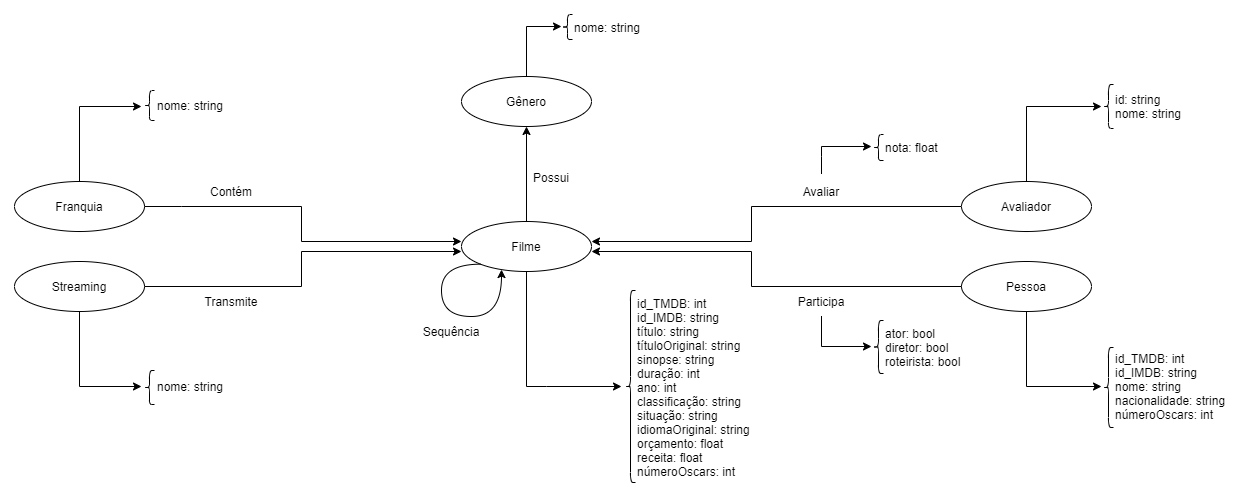
Above: final/images/modelo-logico-grafos.png in MovieCatalogDS/MovieCatalogDS (draw.io), before the change. Source tidied: cells renumbered, new cells last; positions are measured from the earlier drawing's top-left corner, leaving out a move shared by most shapes. Source of this version:
```xml
<mxGraphModel>
  <root>
    <mxCell id="0" />
    <mxCell id="1" parent="0" />
    <mxCell id="2" style="shape=curlyBracket;whiteSpace=wrap;html=1;rounded=1;" parent="1" vertex="1">
      <mxGeometry x="611" y="276" width="10" height="192" as="geometry" />
    </mxCell>
    <mxCell id="3" style="endArrow=classic;html=1;rounded=0;edgeStyle=orthogonalEdgeStyle;exitX=0.5;exitY=1;exitDx=0;exitDy=0;" parent="1" edge="1" source="8">
      <mxGeometry relative="1" as="geometry">
        <mxPoint x="607" y="372" as="targetPoint" />
        <Array as="points">
          <mxPoint x="532" y="372" />
          <mxPoint x="607" y="372" />
        </Array>
      </mxGeometry>
    </mxCell>
    <mxCell id="4" value="id_TMDB: int&lt;br&gt;id_IMDB: string&lt;br&gt;título: string&lt;br&gt;&lt;div&gt;&lt;span&gt;títuloOriginal: string&lt;/span&gt;&lt;/div&gt;&lt;div&gt;&lt;span&gt;sinopse: string&lt;/span&gt;&lt;/div&gt;&lt;div&gt;duração: int&lt;/div&gt;&lt;div&gt;ano: int&lt;/div&gt;&lt;div&gt;classificação: string&lt;br&gt;&lt;/div&gt;&lt;div&gt;&lt;div&gt;situação: string&lt;/div&gt;&lt;div&gt;&lt;span&gt;idiomaOriginal: string&lt;/span&gt;&lt;/div&gt;&lt;/div&gt;&lt;div&gt;orçamento: float&lt;/div&gt;&lt;div&gt;receita: float&lt;/div&gt;&lt;div&gt;&lt;span&gt;númeroOscars: int&lt;/span&gt;&lt;br&gt;&lt;/div&gt;" style="text;html=1;strokeColor=none;fillColor=none;align=left;verticalAlign=middle;whiteSpace=wrap;rounded=0;" parent="1" vertex="1">
      <mxGeometry x="621" y="275" width="125" height="196.1" as="geometry" />
    </mxCell>
    <mxCell id="5" style="shape=curlyBracket;whiteSpace=wrap;html=1;rounded=1;" parent="1" vertex="1">
      <mxGeometry x="1089" y="333" width="10" height="80" as="geometry" />
    </mxCell>
    <mxCell id="6" value="id_TMDB: int&lt;br&gt;id_IMDB: string&lt;br&gt;&lt;div&gt;&lt;span&gt;nome: string&lt;/span&gt;&lt;/div&gt;&lt;div&gt;nacionalidade: string&lt;/div&gt;&lt;div&gt;númeroOscars: int&lt;/div&gt;" style="text;html=1;strokeColor=none;fillColor=none;align=left;verticalAlign=middle;whiteSpace=wrap;rounded=0;" parent="1" vertex="1">
      <mxGeometry x="1099" y="331.5" width="118" height="80" as="geometry" />
    </mxCell>
    <mxCell id="7" value="Streaming" style="ellipse;whiteSpace=wrap;html=1;" parent="1" vertex="1">
      <mxGeometry y="247" width="130" height="50" as="geometry" />
    </mxCell>
    <mxCell id="8" value="Filme" style="ellipse;whiteSpace=wrap;html=1;" parent="1" vertex="1">
      <mxGeometry x="447" y="207" width="130" height="50" as="geometry" />
    </mxCell>
    <mxCell id="9" value="Pessoa" style="ellipse;whiteSpace=wrap;html=1;" parent="1" vertex="1">
      <mxGeometry x="947" y="247" width="130" height="50" as="geometry" />
    </mxCell>
    <mxCell id="10" style="endArrow=classic;html=1;rounded=0;edgeStyle=orthogonalEdgeStyle;exitX=0.5;exitY=1;exitDx=0;exitDy=0;" parent="1" edge="1" source="7">
      <mxGeometry relative="1" as="geometry">
        <mxPoint x="127" y="372" as="targetPoint" />
        <Array as="points">
          <mxPoint x="65" y="372" />
        </Array>
      </mxGeometry>
    </mxCell>
    <mxCell id="11" style="endArrow=classic;html=1;rounded=0;edgeStyle=orthogonalEdgeStyle;exitX=0.5;exitY=1;exitDx=0;exitDy=0;" parent="1" edge="1" source="9">
      <mxGeometry relative="1" as="geometry">
        <mxPoint x="1087" y="372" as="targetPoint" />
        <Array as="points">
          <mxPoint x="1012" y="372" />
          <mxPoint x="1087" y="372" />
        </Array>
      </mxGeometry>
    </mxCell>
    <mxCell id="12" style="shape=curlyBracket;whiteSpace=wrap;html=1;rounded=1;" parent="1" vertex="1">
      <mxGeometry x="130" y="356" width="10" height="34" as="geometry" />
    </mxCell>
    <mxCell id="13" value="nome: string" style="text;html=1;strokeColor=none;fillColor=none;align=left;verticalAlign=middle;whiteSpace=wrap;rounded=0;" parent="1" vertex="1">
      <mxGeometry x="141" y="359.2" width="76" height="25.5" as="geometry" />
    </mxCell>
    <mxCell id="14" style="curved=1;endArrow=classic;html=1;rounded=0;edgeStyle=orthogonalEdgeStyle;exitX=0;exitY=1;exitDx=0;exitDy=0;" parent="1" edge="1" source="8" target="8">
      <mxGeometry relative="1" as="geometry">
        <Array as="points">
          <mxPoint x="427" y="250" />
          <mxPoint x="427" y="302" />
          <mxPoint x="487" y="302" />
        </Array>
      </mxGeometry>
    </mxCell>
    <mxCell id="15" value="Sequência" style="text;html=1;strokeColor=none;fillColor=none;align=center;verticalAlign=middle;whiteSpace=wrap;rounded=0;" parent="1" vertex="1">
      <mxGeometry x="407" y="301.5" width="60" height="30" as="geometry" />
    </mxCell>
    <mxCell id="16" value="Participa" style="text;html=1;strokeColor=none;fillColor=none;align=center;verticalAlign=middle;whiteSpace=wrap;rounded=0;" parent="1" vertex="1">
      <mxGeometry x="777" y="271.5" width="60" height="30" as="geometry" />
    </mxCell>
    <mxCell id="17" style="endArrow=classic;html=1;rounded=0;edgeStyle=orthogonalEdgeStyle;exitX=0.5;exitY=1;exitDx=0;exitDy=0;" parent="1" edge="1" source="16">
      <mxGeometry relative="1" as="geometry">
        <mxPoint x="857" y="332" as="targetPoint" />
        <Array as="points">
          <mxPoint x="807" y="332" />
          <mxPoint x="857" y="332" />
        </Array>
      </mxGeometry>
    </mxCell>
    <mxCell id="18" style="shape=curlyBracket;whiteSpace=wrap;html=1;rounded=1;" parent="1" vertex="1">
      <mxGeometry x="859" y="306" width="10" height="53" as="geometry" />
    </mxCell>
    <mxCell id="19" value="ator: bool&lt;br&gt;diretor: bool&lt;br&gt;roteirista: bool" style="text;html=1;strokeColor=none;fillColor=none;align=left;verticalAlign=middle;whiteSpace=wrap;rounded=0;" parent="1" vertex="1">
      <mxGeometry x="869" y="307.5" width="80" height="50" as="geometry" />
    </mxCell>
    <mxCell id="20" value="Franquia" style="ellipse;whiteSpace=wrap;html=1;" parent="1" vertex="1">
      <mxGeometry y="167" width="130" height="50" as="geometry" />
    </mxCell>
    <mxCell id="21" style="endArrow=classic;html=1;rounded=0;edgeStyle=orthogonalEdgeStyle;exitX=1;exitY=0.5;exitDx=0;exitDy=0;" parent="1" edge="1" source="20">
      <mxGeometry relative="1" as="geometry">
        <mxPoint x="447" y="227" as="targetPoint" />
        <Array as="points">
          <mxPoint x="167" y="192" />
          <mxPoint x="287" y="192" />
          <mxPoint x="287" y="227" />
        </Array>
      </mxGeometry>
    </mxCell>
    <mxCell id="22" style="endArrow=classic;html=1;rounded=0;edgeStyle=orthogonalEdgeStyle;exitX=1;exitY=0.5;exitDx=0;exitDy=0;" parent="1" edge="1" source="7">
      <mxGeometry relative="1" as="geometry">
        <mxPoint x="447" y="237" as="targetPoint" />
        <Array as="points">
          <mxPoint x="287" y="272" />
          <mxPoint x="287" y="237" />
        </Array>
      </mxGeometry>
    </mxCell>
    <mxCell id="23" style="endArrow=classic;html=1;rounded=0;edgeStyle=orthogonalEdgeStyle;exitX=0.5;exitY=0;exitDx=0;exitDy=0;" parent="1" edge="1" source="20">
      <mxGeometry relative="1" as="geometry">
        <mxPoint x="127" y="92" as="targetPoint" />
        <Array as="points">
          <mxPoint x="65" y="92" />
        </Array>
      </mxGeometry>
    </mxCell>
    <mxCell id="24" style="shape=curlyBracket;whiteSpace=wrap;html=1;rounded=1;" parent="1" vertex="1">
      <mxGeometry x="130" y="76" width="10" height="30" as="geometry" />
    </mxCell>
    <mxCell id="25" value="nome: string" style="text;html=1;strokeColor=none;fillColor=none;align=left;verticalAlign=middle;whiteSpace=wrap;rounded=0;" parent="1" vertex="1">
      <mxGeometry x="141" y="76" width="76" height="30" as="geometry" />
    </mxCell>
    <mxCell id="26" value="Transmite" style="text;html=1;strokeColor=none;fillColor=none;align=center;verticalAlign=middle;whiteSpace=wrap;rounded=0;" parent="1" vertex="1">
      <mxGeometry x="187" y="271.5" width="60" height="30" as="geometry" />
    </mxCell>
    <mxCell id="27" value="Contém" style="text;html=1;strokeColor=none;fillColor=none;align=center;verticalAlign=middle;whiteSpace=wrap;rounded=0;" parent="1" vertex="1">
      <mxGeometry x="187" y="162" width="60" height="30" as="geometry" />
    </mxCell>
    <mxCell id="28" style="endArrow=classic;html=1;rounded=0;edgeStyle=orthogonalEdgeStyle;exitX=0;exitY=0.5;exitDx=0;exitDy=0;entryX=1;entryY=0.6;entryDx=0;entryDy=0;entryPerimeter=0;" parent="1" edge="1" source="9" target="8">
      <mxGeometry relative="1" as="geometry">
        <Array as="points">
          <mxPoint x="737" y="272" />
          <mxPoint x="737" y="237" />
        </Array>
      </mxGeometry>
    </mxCell>
    <mxCell id="29" style="endArrow=classic;html=1;rounded=0;edgeStyle=orthogonalEdgeStyle;exitX=1;exitY=0.5;exitDx=0;exitDy=0;entryX=1;entryY=0.4;entryDx=0;entryDy=0;entryPerimeter=0;" parent="1" edge="1" target="8">
      <mxGeometry relative="1" as="geometry">
        <mxPoint x="947" y="192" as="sourcePoint" />
        <Array as="points">
          <mxPoint x="737" y="192" />
          <mxPoint x="737" y="227" />
        </Array>
      </mxGeometry>
    </mxCell>
    <mxCell id="30" value="Avaliador" style="ellipse;whiteSpace=wrap;html=1;" parent="1" vertex="1">
      <mxGeometry x="947" y="167" width="130" height="50" as="geometry" />
    </mxCell>
    <mxCell id="31" value="Avaliar" style="text;html=1;strokeColor=none;fillColor=none;align=center;verticalAlign=middle;whiteSpace=wrap;rounded=0;" parent="1" vertex="1">
      <mxGeometry x="777" y="159.5" width="60" height="35" as="geometry" />
    </mxCell>
    <mxCell id="32" style="shape=curlyBracket;whiteSpace=wrap;html=1;rounded=1;" parent="1" vertex="1">
      <mxGeometry x="859" y="120" width="10" height="26" as="geometry" />
    </mxCell>
    <mxCell id="33" value="&lt;span&gt;nota: float&lt;/span&gt;" style="text;html=1;strokeColor=none;fillColor=none;align=left;verticalAlign=middle;whiteSpace=wrap;rounded=0;" parent="1" vertex="1">
      <mxGeometry x="869" y="120" width="60" height="25" as="geometry" />
    </mxCell>
    <mxCell id="34" style="endArrow=classic;html=1;rounded=0;edgeStyle=orthogonalEdgeStyle;" parent="1" edge="1" source="30">
      <mxGeometry relative="1" as="geometry">
        <mxPoint x="1087" y="92" as="targetPoint" />
        <Array as="points">
          <mxPoint x="1012" y="92" />
        </Array>
      </mxGeometry>
    </mxCell>
    <mxCell id="35" style="shape=curlyBracket;whiteSpace=wrap;html=1;rounded=1;" parent="1" vertex="1">
      <mxGeometry x="1089" y="70" width="10" height="44" as="geometry" />
    </mxCell>
    <mxCell id="36" value="id: string&lt;br&gt;nome: string" style="text;html=1;strokeColor=none;fillColor=none;align=left;verticalAlign=middle;whiteSpace=wrap;rounded=0;" parent="1" vertex="1">
      <mxGeometry x="1099" y="72" width="80" height="40" as="geometry" />
    </mxCell>
    <mxCell id="37" value="Gênero" style="ellipse;whiteSpace=wrap;html=1;" parent="1" vertex="1">
      <mxGeometry x="447" y="62" width="130" height="50" as="geometry" />
    </mxCell>
    <mxCell id="38" style="endArrow=classic;html=1;rounded=0;edgeStyle=orthogonalEdgeStyle;exitX=0.5;exitY=0;exitDx=0;exitDy=0;entryX=0.5;entryY=1;entryDx=0;entryDy=0;" parent="1" edge="1" source="8" target="37">
      <mxGeometry relative="1" as="geometry" />
    </mxCell>
    <mxCell id="39" style="endArrow=classic;html=1;rounded=0;edgeStyle=orthogonalEdgeStyle;exitX=0.5;exitY=0;exitDx=0;exitDy=0;" parent="1" edge="1" source="37">
      <mxGeometry relative="1" as="geometry">
        <mxPoint x="547" y="12" as="targetPoint" />
        <Array as="points">
          <mxPoint x="512" y="12" />
          <mxPoint x="547" y="12" />
        </Array>
      </mxGeometry>
    </mxCell>
    <mxCell id="40" style="shape=curlyBracket;whiteSpace=wrap;html=1;rounded=1;" parent="1" vertex="1">
      <mxGeometry x="548" width="10" height="25" as="geometry" />
    </mxCell>
    <mxCell id="41" value="&lt;span&gt;nome: string&lt;/span&gt;" style="text;html=1;strokeColor=none;fillColor=none;align=left;verticalAlign=middle;whiteSpace=wrap;rounded=0;" parent="1" vertex="1">
      <mxGeometry x="558" width="69" height="25" as="geometry" />
    </mxCell>
    <mxCell id="42" value="Possui" style="text;html=1;strokeColor=none;fillColor=none;align=center;verticalAlign=middle;whiteSpace=wrap;rounded=0;" parent="1" vertex="1">
      <mxGeometry x="507" y="148" width="60" height="30" as="geometry" />
    </mxCell>
    <mxCell id="43" style="endArrow=classic;html=1;rounded=0;edgeStyle=orthogonalEdgeStyle;exitX=0.5;exitY=0;exitDx=0;exitDy=0;" parent="1" edge="1" source="31">
      <mxGeometry relative="1" as="geometry">
        <mxPoint x="857" y="132" as="targetPoint" />
        <Array as="points">
          <mxPoint x="807" y="142" />
          <mxPoint x="807" y="142" />
        </Array>
      </mxGeometry>
    </mxCell>
  </root>
</mxGraphModel>
```
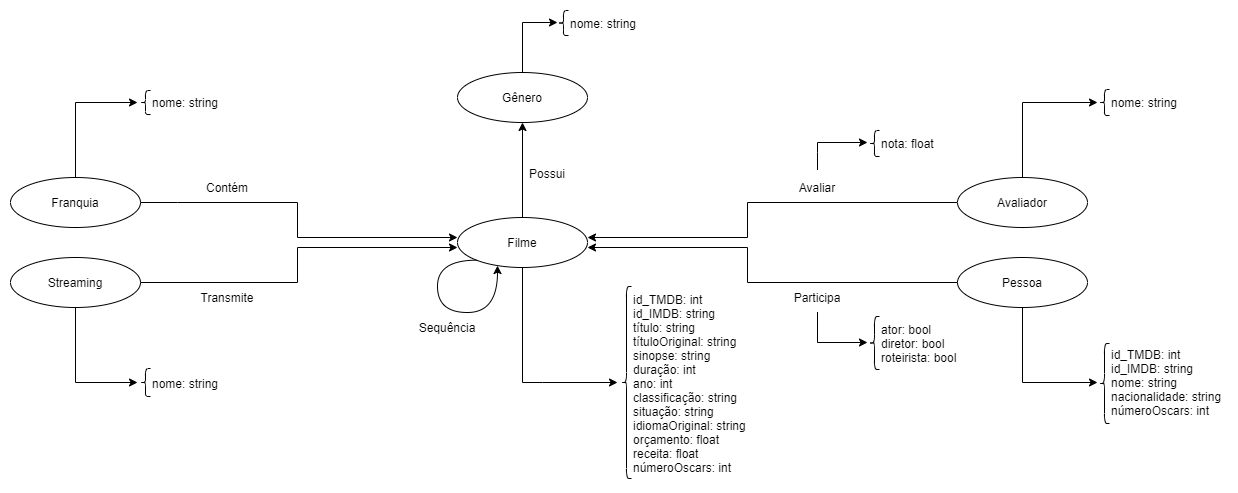
Above is the later version.

Change to the diagram source:
```diff
@@ -50,10 +50,10 @@
       </mxGeometry>
     </mxCell>
     <mxCell id="12" style="shape=curlyBracket;whiteSpace=wrap;html=1;rounded=1;" parent="1" vertex="1">
-      <mxGeometry x="130" y="356" width="10" height="34" as="geometry" />
+      <mxGeometry x="130" y="358" width="10" height="28" as="geometry" />
     </mxCell>
     <mxCell id="13" value="nome: string" style="text;html=1;strokeColor=none;fillColor=none;align=left;verticalAlign=middle;whiteSpace=wrap;rounded=0;" parent="1" vertex="1">
-      <mxGeometry x="141" y="359.2" width="76" height="25.5" as="geometry" />
+      <mxGeometry x="140" y="360.5" width="76" height="25.5" as="geometry" />
     </mxCell>
     <mxCell id="14" style="curved=1;endArrow=classic;html=1;rounded=0;edgeStyle=orthogonalEdgeStyle;exitX=0;exitY=1;exitDx=0;exitDy=0;" parent="1" edge="1" source="8" target="8">
       <mxGeometry relative="1" as="geometry">
@@ -116,10 +116,10 @@
       </mxGeometry>
     </mxCell>
     <mxCell id="24" style="shape=curlyBracket;whiteSpace=wrap;html=1;rounded=1;" parent="1" vertex="1">
-      <mxGeometry x="130" y="76" width="10" height="30" as="geometry" />
+      <mxGeometry x="130" y="80" width="10" height="24" as="geometry" />
     </mxCell>
     <mxCell id="25" value="nome: string" style="text;html=1;strokeColor=none;fillColor=none;align=left;verticalAlign=middle;whiteSpace=wrap;rounded=0;" parent="1" vertex="1">
-      <mxGeometry x="141" y="76" width="76" height="30" as="geometry" />
+      <mxGeometry x="140" y="77" width="76" height="30" as="geometry" />
     </mxCell>
     <mxCell id="26" value="Transmite" style="text;html=1;strokeColor=none;fillColor=none;align=center;verticalAlign=middle;whiteSpace=wrap;rounded=0;" parent="1" vertex="1">
       <mxGeometry x="187" y="271.5" width="60" height="30" as="geometry" />
@@ -165,10 +165,10 @@
       </mxGeometry>
     </mxCell>
     <mxCell id="35" style="shape=curlyBracket;whiteSpace=wrap;html=1;rounded=1;" parent="1" vertex="1">
-      <mxGeometry x="1089" y="70" width="10" height="44" as="geometry" />
+      <mxGeometry x="1089" y="79" width="10" height="26" as="geometry" />
     </mxCell>
-    <mxCell id="36" value="id: string&lt;br&gt;nome: string" style="text;html=1;strokeColor=none;fillColor=none;align=left;verticalAlign=middle;whiteSpace=wrap;rounded=0;" parent="1" vertex="1">
-      <mxGeometry x="1099" y="72" width="80" height="40" as="geometry" />
+    <mxCell id="36" value="nome: string" style="text;html=1;strokeColor=none;fillColor=none;align=left;verticalAlign=middle;whiteSpace=wrap;rounded=0;" parent="1" vertex="1">
+      <mxGeometry x="1099" y="77" width="80" height="30" as="geometry" />
     </mxCell>
     <mxCell id="37" value="Gênero" style="ellipse;whiteSpace=wrap;html=1;" parent="1" vertex="1">
       <mxGeometry x="447" y="62" width="130" height="50" as="geometry" />
```
